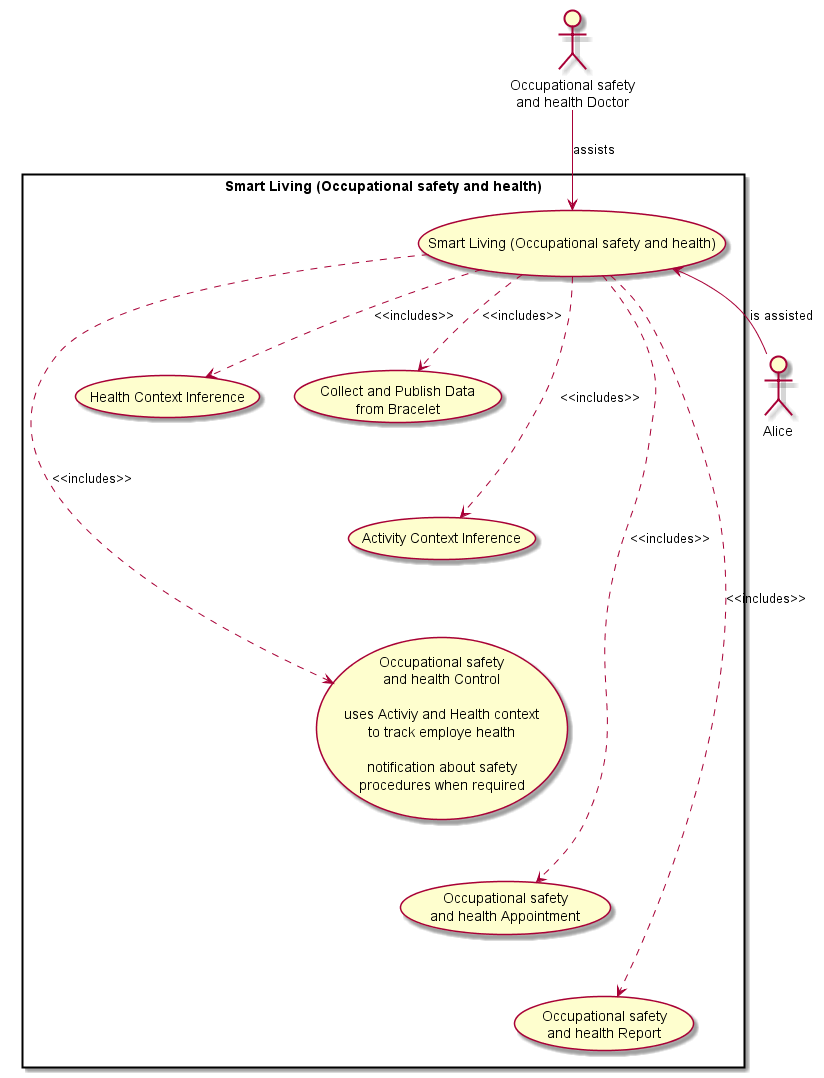
Before: docs/scenarios/smart-contextual-assistance/smart-contextual-smart-working-use-cases.png, a diagram exported from PlantUML (reTHINK-project/scenario-service-implementation).
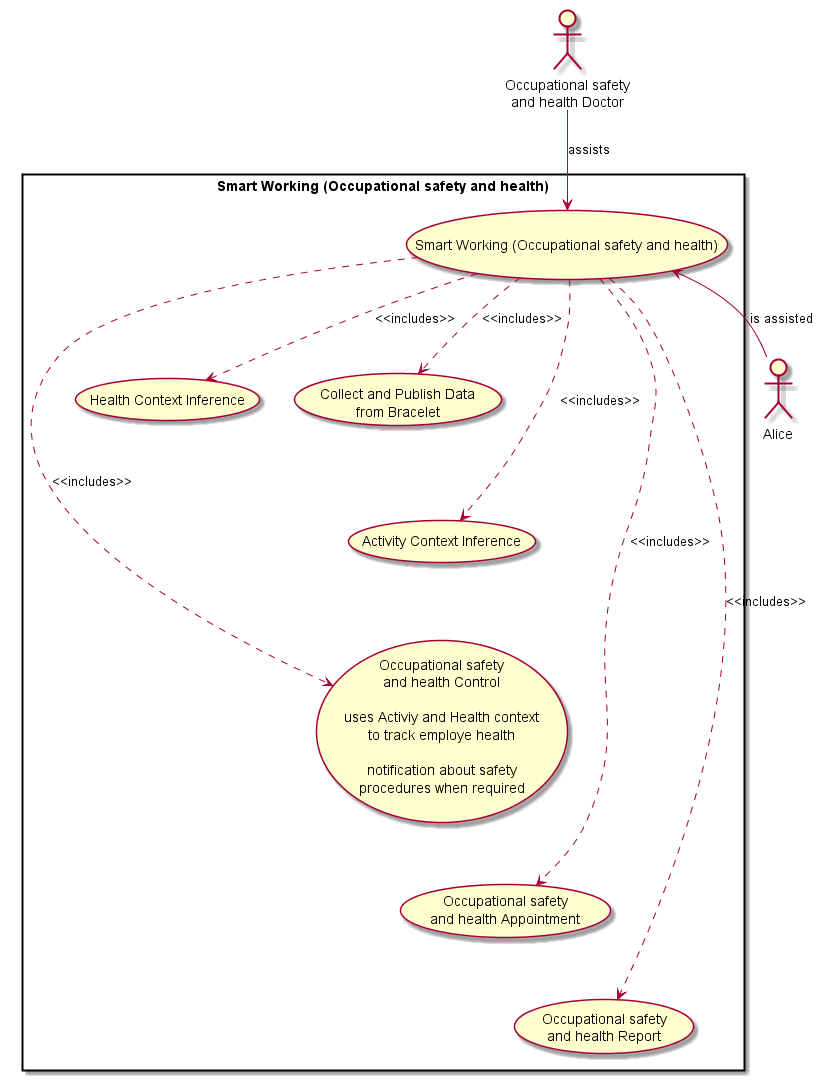
After the change.

The edit, as a diff of the source:
```diff
@@ -3,8 +3,8 @@
 actor Alice
 actor "Occupational safety\nand health Doctor" as Trainer
 
-rectangle "Smart Living (Occupational safety and health)" {
-  usecase healthCtrlUC as "Smart Living (Occupational safety and health)"
+rectangle "Smart Working (Occupational safety and health)" {
+  usecase healthCtrlUC as "Smart Working (Occupational safety and health)"
 
   usecase healthMonitorUC as "Collect and Publish Data\nfrom Bracelet"
 
```
